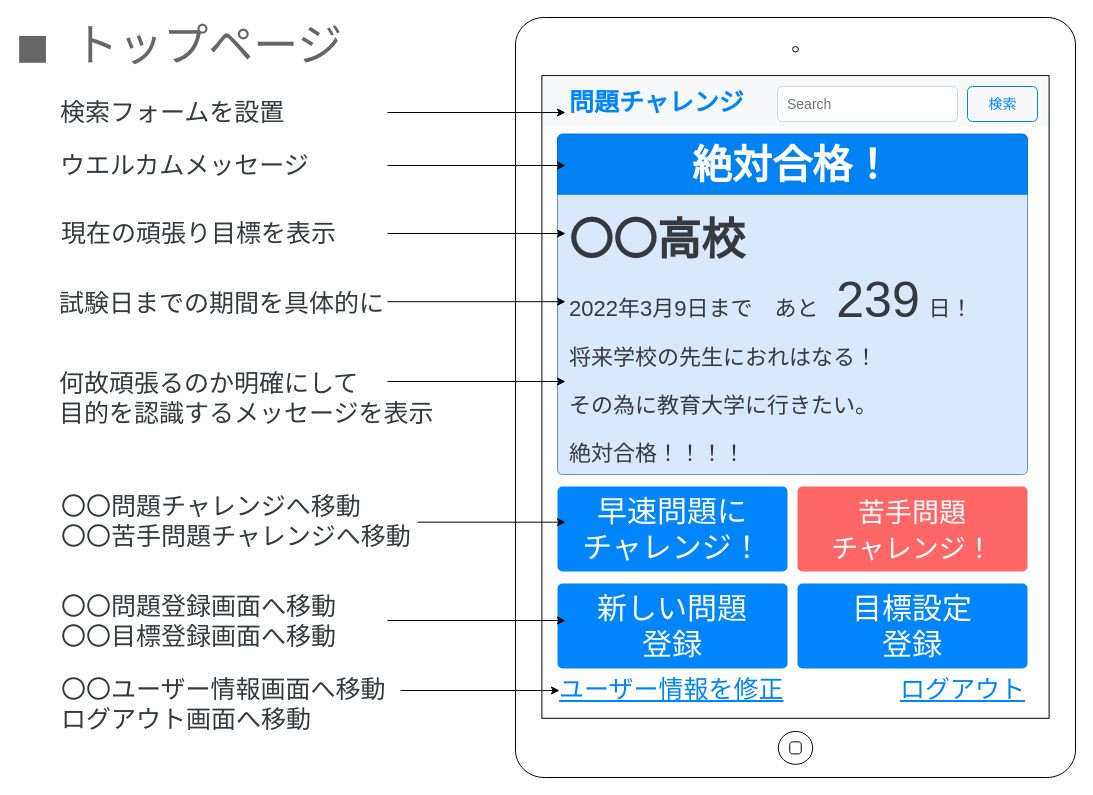
Earlier version of the draw.io diagram page "会員トップページ" (2 of 9) of 画面設計_苦手問題克服.drawio (mitsuewatanabe/practice). Source tidied: cells renumbered, new cells numbered last; positions are measured from the earlier drawing's top-left corner, leaving out a move shared by most shapes. Both pictures are drawn from the tidied source at 100%, with x=0, y=0 at pixel (17, 17).
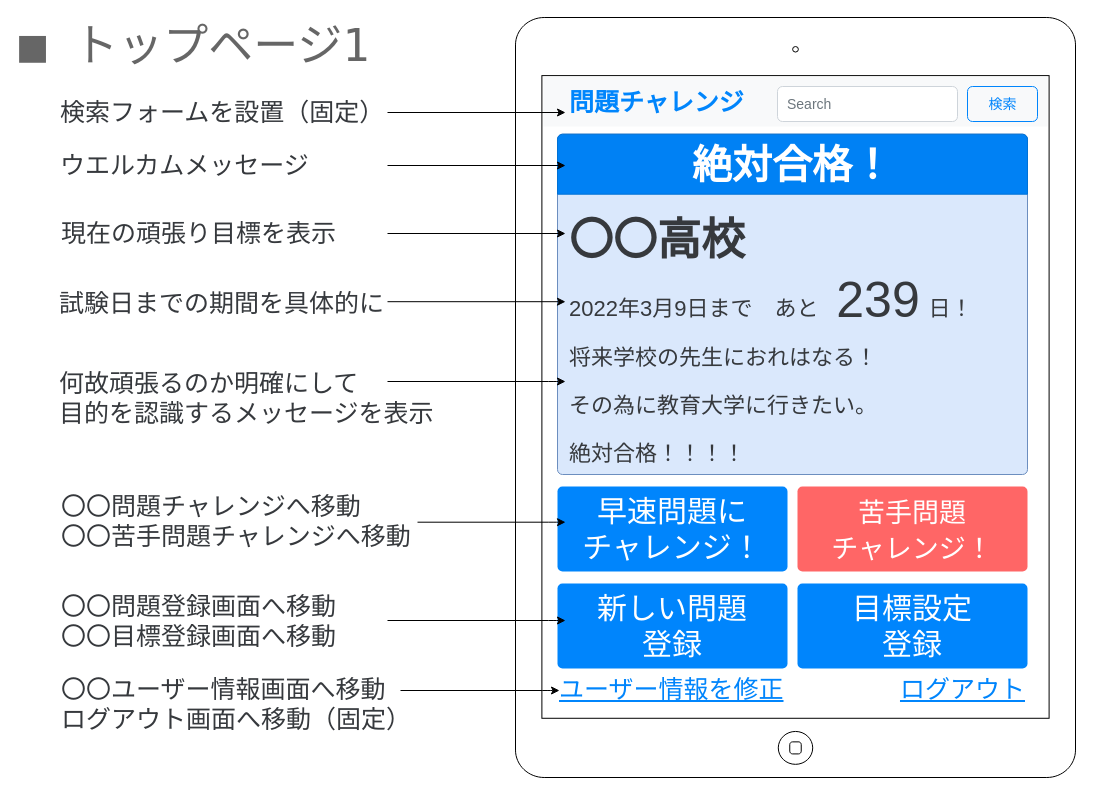
Above is the later version.

Commit message:
画面設計_苦手問題克服.drawio を更新します

Diff of the diagram source:
```diff
@@
-    <mxCell id="17" value="&lt;font face=&quot;Lucida Console&quot; style=&quot;font-size: 45px&quot;&gt;■ トップページ&lt;/font&gt;" style="text;html=1;align=left;verticalAlign=middle;fillColor=none;strokeColor=none;rounded=0;fontColor=#666666;" parent="1" vertex="1">
-      <mxGeometry y="13" width="340" height="30" as="geometry" />
+    <mxCell id="17" value="&lt;font face=&quot;Lucida Console&quot; style=&quot;font-size: 45px&quot;&gt;■ トップページ1&lt;/font&gt;" style="text;html=1;align=left;verticalAlign=middle;fillColor=none;strokeColor=none;rounded=0;fontColor=#666666;" parent="1" vertex="1">
+      <mxGeometry y="13" width="370" height="30" as="geometry" />
     </mxCell>
@@
-    <mxCell id="29" value="〇〇ユーザー情報画面へ移動&lt;br&gt;ログアウト画面へ移動&lt;br&gt;" style="text;html=1;strokeColor=none;fillColor=none;align=left;verticalAlign=middle;whiteSpace=wrap;rounded=0;fontSize=25;fontColor=#36393D;" parent="1" vertex="1">
+    <mxCell id="29" value="〇〇ユーザー情報画面へ移動&lt;br&gt;ログアウト画面へ移動（固定）" style="text;html=1;strokeColor=none;fillColor=none;align=left;verticalAlign=middle;whiteSpace=wrap;rounded=0;fontSize=25;fontColor=#36393D;" parent="1" vertex="1">
       <mxGeometry x="42" y="676" width="360" height="20" as="geometry" />
     </mxCell>
@@
-    <mxCell id="33" value="検索フォームを設置" style="text;html=1;strokeColor=none;fillColor=none;align=left;verticalAlign=middle;whiteSpace=wrap;rounded=0;fontSize=25;fontColor=#36393D;" parent="1" vertex="1">
-      <mxGeometry x="41" y="84" width="310" height="20" as="geometry" />
+    <mxCell id="33" value="検索フォームを設置（固定）" style="text;html=1;strokeColor=none;fillColor=none;align=left;verticalAlign=middle;whiteSpace=wrap;rounded=0;fontSize=25;fontColor=#36393D;" parent="1" vertex="1">
+      <mxGeometry x="41" y="84" width="337" height="20" as="geometry" />
     </mxCell>
```
